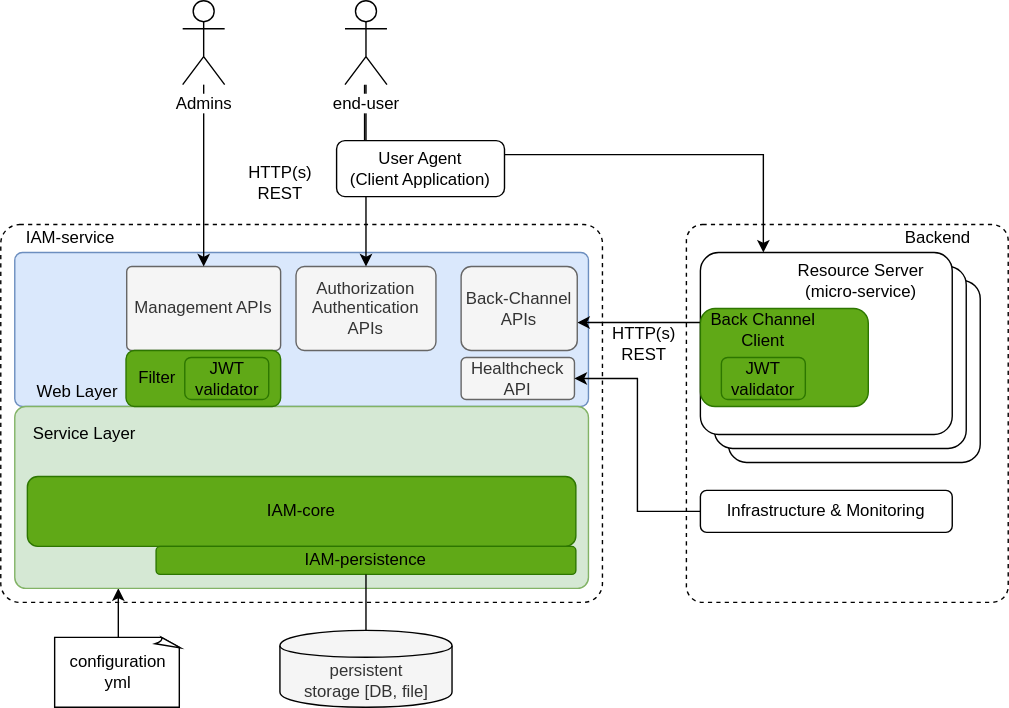
The draw.io diagram docs/IAM-service-architecture.svg in jveverka/iam-service, before a commit. Source tidied: cells renumbered, new cells last; positions are measured from the earlier drawing's top-left corner, leaving out a move shared by most shapes.
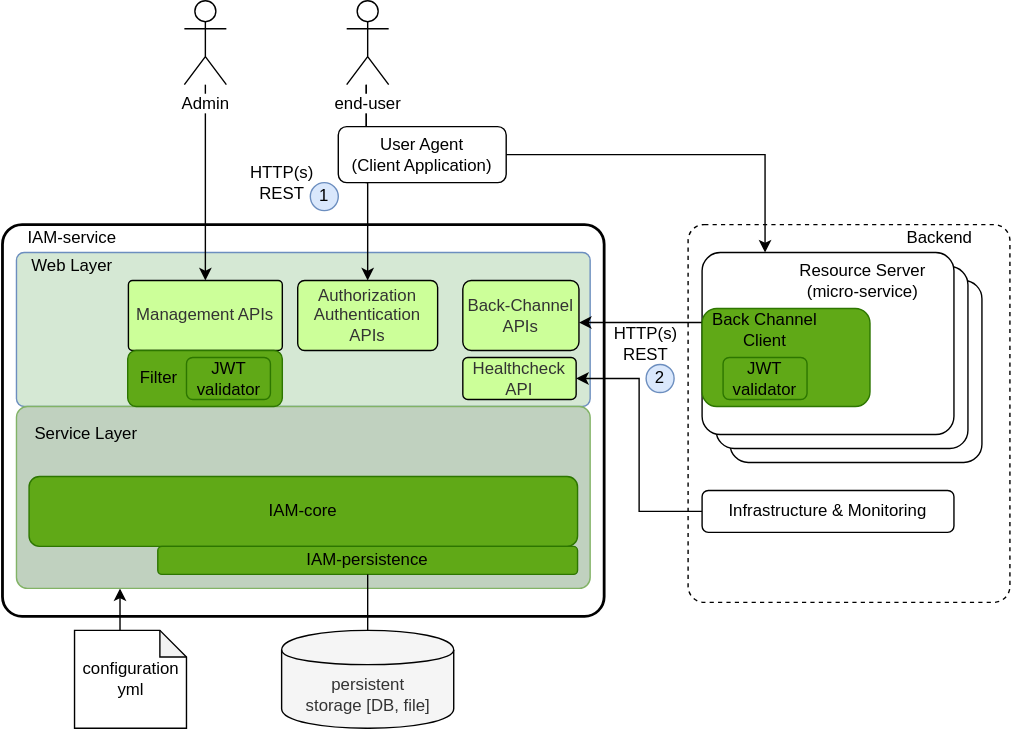
The same file after the commit.

What changed in the source:
```diff
@@ -11,35 +11,36 @@
     <mxCell id="4" style="rounded=1;whiteSpace=wrap;html=1;arcSize=10;" parent="1" vertex="1">
       <mxGeometry x="510" y="190" width="180" height="130" as="geometry" />
     </mxCell>
-    <mxCell id="5" style="rounded=1;whiteSpace=wrap;html=1;dashed=1;arcSize=5;" parent="1" vertex="1">
-      <mxGeometry y="160" width="430" height="270" as="geometry" />
+    <mxCell id="5" style="rounded=1;whiteSpace=wrap;html=1;arcSize=5;strokeWidth=2;" parent="1" vertex="1">
+      <mxGeometry y="160" width="430" height="280" as="geometry" />
     </mxCell>
-    <mxCell id="6" style="rounded=1;whiteSpace=wrap;html=1;arcSize=5;fillColor=#dae8fc;strokeColor=#6c8ebf;" parent="1" vertex="1">
+    <mxCell id="6" style="rounded=1;whiteSpace=wrap;html=1;arcSize=5;fillColor=#D5E8D4;strokeColor=#6c8ebf;" parent="1" vertex="1">
       <mxGeometry x="10" y="180" width="410" height="110" as="geometry" />
     </mxCell>
-    <mxCell id="7" value="Authorization&lt;br&gt;Authentication&lt;br&gt;APIs" style="rounded=1;whiteSpace=wrap;html=1;align=center;arcSize=10;fillColor=#f5f5f5;strokeColor=#666666;fontColor=#333333;" parent="1" vertex="1">
-      <mxGeometry x="211" y="190" width="100" height="60" as="geometry" />
+    <mxCell id="7" value="Authorization&lt;br&gt;Authentication&lt;br&gt;APIs" style="rounded=1;whiteSpace=wrap;html=1;align=center;arcSize=10;fillColor=#CCFF99;strokeColor=#000000;fontColor=#333333;" parent="1" vertex="1">
+      <mxGeometry x="211" y="200" width="100" height="50" as="geometry" />
     </mxCell>
-    <mxCell id="8" value="Management APIs" style="rounded=1;whiteSpace=wrap;html=1;align=center;arcSize=6;fillColor=#f5f5f5;strokeColor=#666666;fontColor=#333333;" parent="1" vertex="1">
-      <mxGeometry x="90" y="190" width="110" height="60" as="geometry" />
+    <mxCell id="8" value="Management APIs" style="rounded=1;whiteSpace=wrap;html=1;align=center;arcSize=6;fillColor=#CCFF99;strokeColor=#000000;fontColor=#333333;" parent="1" vertex="1">
+      <mxGeometry x="90" y="200" width="110" height="50" as="geometry" />
     </mxCell>
-    <mxCell id="9" value="Healthcheck&lt;br&gt;API" style="rounded=1;whiteSpace=wrap;html=1;align=center;arcSize=12;fillColor=#f5f5f5;strokeColor=#666666;fontColor=#333333;" parent="1" vertex="1">
+    <mxCell id="9" value="Healthcheck&lt;br&gt;API" style="rounded=1;whiteSpace=wrap;html=1;align=center;arcSize=12;fillColor=#CCFF99;strokeColor=#000000;fontColor=#333333;" parent="1" vertex="1">
       <mxGeometry x="329" y="255" width="81" height="30" as="geometry" />
     </mxCell>
-    <mxCell id="10" style="edgeStyle=orthogonalEdgeStyle;rounded=0;jettySize=auto;html=1;endArrow=none;endFill=0;startArrow=classic;startFill=1;" parent="1" edge="1" target="25">
+    <mxCell id="10" style="edgeStyle=orthogonalEdgeStyle;rounded=0;orthogonalLoop=1;jettySize=auto;html=1;endArrow=none;endFill=0;startArrow=classic;startFill=1;" parent="1" edge="1">
       <mxGeometry relative="1" as="geometry">
         <mxPoint x="84" y="420" as="sourcePoint" />
+        <mxPoint x="84" y="455" as="targetPoint" />
         <Array as="points">
           <mxPoint x="84" y="440" />
           <mxPoint x="84" y="440" />
         </Array>
       </mxGeometry>
     </mxCell>
-    <mxCell id="11" style="rounded=1;whiteSpace=wrap;html=1;fillColor=#d5e8d4;strokeColor=#82b366;arcSize=6;" parent="1" vertex="1">
+    <mxCell id="11" style="rounded=1;whiteSpace=wrap;html=1;fillColor=#C0D1BF;strokeColor=#82b366;arcSize=6;" parent="1" vertex="1">
       <mxGeometry x="10" y="290" width="410" height="130" as="geometry" />
     </mxCell>
     <mxCell id="12" value="Web Layer" style="text;html=1;strokeColor=none;fillColor=none;align=center;verticalAlign=middle;whiteSpace=wrap;rounded=0;" parent="1" vertex="1">
-      <mxGeometry x="15" y="270" width="80" height="20" as="geometry" />
+      <mxGeometry x="9.5" y="180" width="80" height="20" as="geometry" />
     </mxCell>
     <mxCell id="13" style="edgeStyle=orthogonalEdgeStyle;rounded=0;jettySize=auto;html=1;entryX=0;entryY=0.5;entryDx=0;entryDy=0;startArrow=classic;startFill=1;endArrow=none;endFill=0;" parent="1" edge="1" source="14" target="35">
       <mxGeometry relative="1" as="geometry">
@@ -48,17 +49,19 @@
         </Array>
       </mxGeometry>
     </mxCell>
-    <mxCell id="14" value="Back-Channel APIs" style="rounded=1;whiteSpace=wrap;html=1;align=center;arcSize=12;fillColor=#f5f5f5;strokeColor=#666666;fontColor=#333333;" parent="1" vertex="1">
-      <mxGeometry x="329" y="190" width="83" height="60" as="geometry" />
+    <mxCell id="14" value="Back-Channel APIs" style="rounded=1;whiteSpace=wrap;html=1;align=center;arcSize=12;fillColor=#CCFF99;strokeColor=#000000;fontColor=#333333;" parent="1" vertex="1">
+      <mxGeometry x="329" y="200" width="83" height="50" as="geometry" />
     </mxCell>
     <mxCell id="15" value="Service Layer" style="text;html=1;strokeColor=none;fillColor=none;align=center;verticalAlign=middle;whiteSpace=wrap;rounded=0;" parent="1" vertex="1">
       <mxGeometry x="15" y="300" width="90" height="20" as="geometry" />
     </mxCell>
     <mxCell id="16" value="persistent&lt;br&gt;storage [DB, file]" style="shape=cylinder;whiteSpace=wrap;html=1;boundedLbl=1;backgroundOutline=1;fillColor=#f5f5f5;strokeColor=#000000;fontColor=#333333;" parent="1" vertex="1">
-      <mxGeometry x="199.5" y="450" width="123" height="55" as="geometry" />
+      <mxGeometry x="199.5" y="450" width="123" height="70" as="geometry" />
     </mxCell>
-    <mxCell id="17" style="edgeStyle=orthogonalEdgeStyle;rounded=0;jettySize=auto;html=1;endArrow=classic;endFill=1;" parent="1" edge="1" source="19" target="7">
-      <mxGeometry relative="1" as="geometry" />
+    <mxCell id="17" style="edgeStyle=orthogonalEdgeStyle;rounded=0;jettySize=auto;html=1;endArrow=classic;endFill=1;entryX=0.5;entryY=0;entryDx=0;entryDy=0;" parent="1" edge="1" target="7">
+      <mxGeometry relative="1" as="geometry">
+        <mxPoint x="260" y="60" as="sourcePoint" />
+      </mxGeometry>
     </mxCell>
     <mxCell id="18" style="edgeStyle=orthogonalEdgeStyle;rounded=0;jettySize=auto;html=1;entryX=0.25;entryY=0;entryDx=0;entryDy=0;startArrow=none;startFill=0;endArrow=classic;endFill=1;" parent="1" edge="1" source="19" target="31">
       <mxGeometry relative="1" as="geometry">
@@ -74,7 +77,7 @@
     <mxCell id="20" style="edgeStyle=orthogonalEdgeStyle;rounded=0;jettySize=auto;html=1;endArrow=classic;endFill=1;" parent="1" edge="1" source="21" target="8">
       <mxGeometry relative="1" as="geometry" />
     </mxCell>
-    <mxCell id="21" value="Admins" style="shape=umlActor;verticalLabelPosition=bottom;labelBackgroundColor=#ffffff;verticalAlign=top;html=1;outlineConnect=0;" parent="1" vertex="1">
+    <mxCell id="21" value="Admin" style="shape=umlActor;verticalLabelPosition=bottom;labelBackgroundColor=#ffffff;verticalAlign=top;html=1;outlineConnect=0;" parent="1" vertex="1">
       <mxGeometry x="130" width="30" height="60" as="geometry" />
     </mxCell>
     <mxCell id="22" value="IAM-core" style="rounded=1;whiteSpace=wrap;html=1;fillColor=#60a917;strokeColor=#2D7600;fontColor=#000000;" parent="1" vertex="1">
@@ -86,9 +89,6 @@
     <mxCell id="24" style="endArrow=none;html=1;entryX=0.5;entryY=1;entryDx=0;entryDy=0;exitX=0.5;exitY=0;exitDx=0;exitDy=0;" parent="1" edge="1" source="16" target="23">
       <mxGeometry relative="1" as="geometry" />
     </mxCell>
-    <mxCell id="25" value="configuration&lt;br&gt;yml" style="whiteSpace=wrap;html=1;shape=mxgraph.basic.document;" parent="1" vertex="1">
-      <mxGeometry x="38.5" y="455" width="90" height="50" as="geometry" />
-    </mxCell>
     <mxCell id="26" value="IAM-service" style="text;html=1;strokeColor=none;fillColor=none;align=center;verticalAlign=middle;whiteSpace=wrap;rounded=0;" parent="1" vertex="1">
       <mxGeometry y="160" width="100" height="20" as="geometry" />
     </mxCell>
@@ -132,7 +132,16 @@
       <mxGeometry x="620" y="160" width="100" height="20" as="geometry" />
     </mxCell>
     <mxCell id="40" value="User Agent&lt;br&gt;(Client Application)" style="rounded=1;whiteSpace=wrap;html=1;" parent="1" vertex="1">
-      <mxGeometry x="240" y="100" width="120" height="40" as="geometry" />
+      <mxGeometry x="240" y="90" width="120" height="40" as="geometry" />
     </mxCell>
+    <mxCell id="25" value="&lt;span&gt;configuration&lt;/span&gt;&lt;br&gt;&lt;span&gt;yml&lt;/span&gt;" style="shape=note;whiteSpace=wrap;html=1;backgroundOutline=1;darkOpacity=0.05;size=19;" parent="1" vertex="1">
+      <mxGeometry x="51.5" y="450" width="80" height="70" as="geometry" />
+    </mxCell>
+    <mxCell id="41" value="1" style="ellipse;whiteSpace=wrap;html=1;fillColor=#dae8fc;strokeColor=#6c8ebf;" parent="1" vertex="1">
+      <mxGeometry x="220" y="130" width="20" height="20" as="geometry" />
+    </mxCell>
+    <mxCell id="42" value="2" style="ellipse;whiteSpace=wrap;html=1;fillColor=#dae8fc;strokeColor=#6c8ebf;" parent="1" vertex="1">
+      <mxGeometry x="460" y="260" width="20" height="20" as="geometry" />
+    </mxCell>
   </root>
 </mxGraphModel>
```
